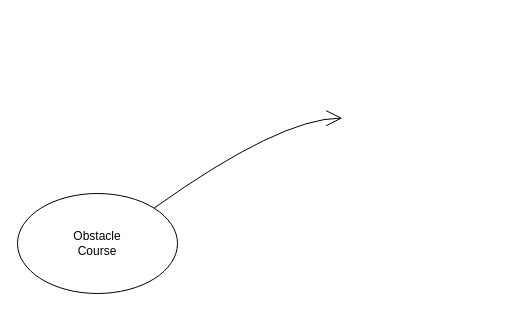
This is Obstacle Course_UnityLearning.drawio from i1salamakha/ObstacleCourse_LearningUnity, a draw.io file, before an edit. Source tidied: cells renumbered, new cells numbered last; positions are measured from the earlier drawing's top-left corner, leaving out a move shared by most shapes. Both pictures are drawn from the tidied source at 100%, with x=0, y=0 at pixel (17, 118).
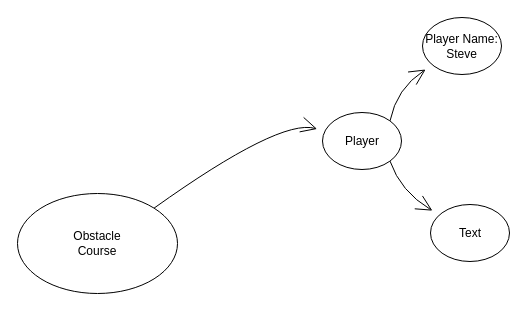
After the change.

Change to the diagram source:
```diff
@@
 <mxGraphModel>
   <root>
     <mxCell id="0" />
     <mxCell id="1" parent="0" />
     <mxCell id="2" style="ellipse;whiteSpace=wrap;html=1;hachureGap=4;" parent="1" vertex="1">
       <mxGeometry y="75" width="160" height="100" as="geometry" />
     </mxCell>
     <mxCell id="3" value="Obstacle Course" style="text;strokeColor=none;fillColor=none;html=1;align=center;verticalAlign=middle;whiteSpace=wrap;rounded=0;hachureGap=4;" parent="1" vertex="1">
       <mxGeometry x="50" y="110" width="60" height="30" as="geometry" />
     </mxCell>
-    <mxCell id="4" style="edgeStyle=none;jettySize=auto;html=1;rounded=0;endArrow=open;startSize=14;endSize=14;sourcePerimeterSpacing=8;targetPerimeterSpacing=8;curved=1;exitX=1;exitY=0;exitDx=0;exitDy=0;" parent="1" edge="1" source="2">
+    <mxCell id="4" style="edgeStyle=none;jettySize=auto;html=1;rounded=0;endArrow=open;startSize=14;endSize=14;sourcePerimeterSpacing=8;targetPerimeterSpacing=8;curved=1;exitX=1;exitY=0;exitDx=0;exitDy=0;" parent="1" edge="1" source="2" target="7">
       <mxGeometry relative="1" as="geometry">
-        <mxPoint x="324.8" y="-0.4" as="targetPoint" />
         <Array as="points">
           <mxPoint x="262" />
         </Array>
       </mxGeometry>
     </mxCell>
+    <mxCell id="5" style="edgeStyle=none;curved=1;rounded=0;jettySize=auto;html=1;exitX=1;exitY=0;exitDx=0;exitDy=0;endArrow=open;startSize=14;endSize=14;sourcePerimeterSpacing=8;targetPerimeterSpacing=8;" parent="1" edge="1" source="7" target="9">
+      <mxGeometry relative="1" as="geometry">
+        <Array as="points">
+          <mxPoint x="379" y="-30" />
+        </Array>
+      </mxGeometry>
+    </mxCell>
+    <mxCell id="6" style="edgeStyle=none;curved=1;rounded=0;jettySize=auto;html=1;exitX=1;exitY=1;exitDx=0;exitDy=0;endArrow=open;startSize=14;endSize=14;sourcePerimeterSpacing=8;targetPerimeterSpacing=8;" parent="1" edge="1" source="7" target="10">
+      <mxGeometry relative="1" as="geometry">
+        <Array as="points">
+          <mxPoint x="383" y="73" />
+        </Array>
+      </mxGeometry>
+    </mxCell>
+    <mxCell id="7" style="ellipse;whiteSpace=wrap;html=1;hachureGap=4;" parent="1" vertex="1">
+      <mxGeometry x="305" y="-6" width="79" height="57" as="geometry" />
+    </mxCell>
+    <mxCell id="8" value="Player" style="text;strokeColor=none;fillColor=none;html=1;align=center;verticalAlign=middle;whiteSpace=wrap;rounded=0;hachureGap=4;" parent="1" vertex="1">
+      <mxGeometry x="314.5" y="7.5" width="60" height="30" as="geometry" />
+    </mxCell>
+    <mxCell id="9" value="Player Name:&lt;br&gt;Steve" style="ellipse;whiteSpace=wrap;html=1;hachureGap=4;" parent="1" vertex="1">
+      <mxGeometry x="405" y="-101" width="79" height="57" as="geometry" />
+    </mxCell>
+    <mxCell id="10" style="ellipse;whiteSpace=wrap;html=1;hachureGap=4;" parent="1" vertex="1">
+      <mxGeometry x="413" y="86" width="79" height="57" as="geometry" />
+    </mxCell>
+    <mxCell id="11" value="Text" style="text;strokeColor=none;fillColor=none;html=1;align=center;verticalAlign=middle;whiteSpace=wrap;rounded=0;hachureGap=4;" parent="1" vertex="1">
+      <mxGeometry x="422.5" y="99.5" width="60" height="30" as="geometry" />
+    </mxCell>
   </root>
 </mxGraphModel>
```
